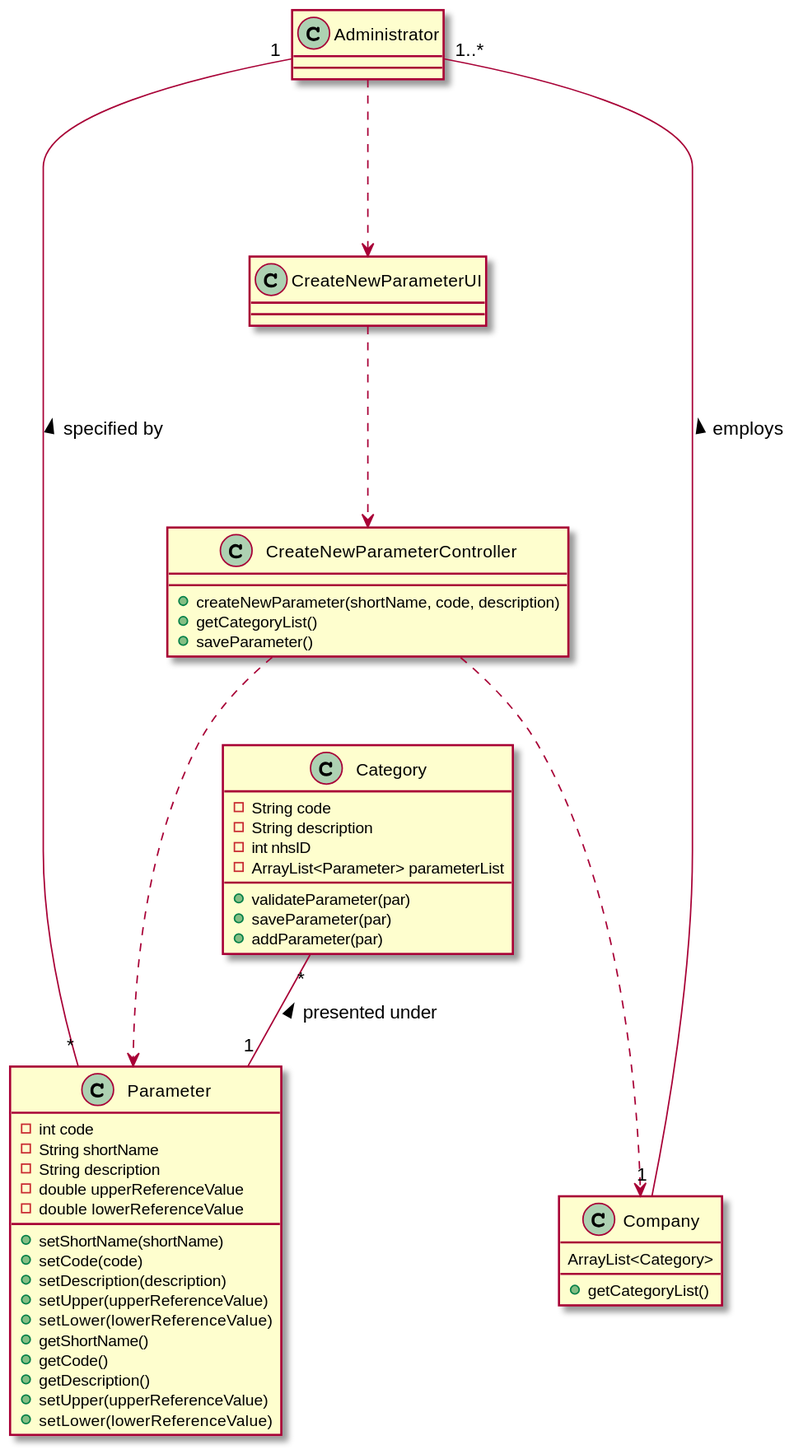
MadDinosaur/ISEP-LAPR2 keeps this PlantUML diagram as docs/SprintB/US10/US10_CD.svg. Above is the earlier version.
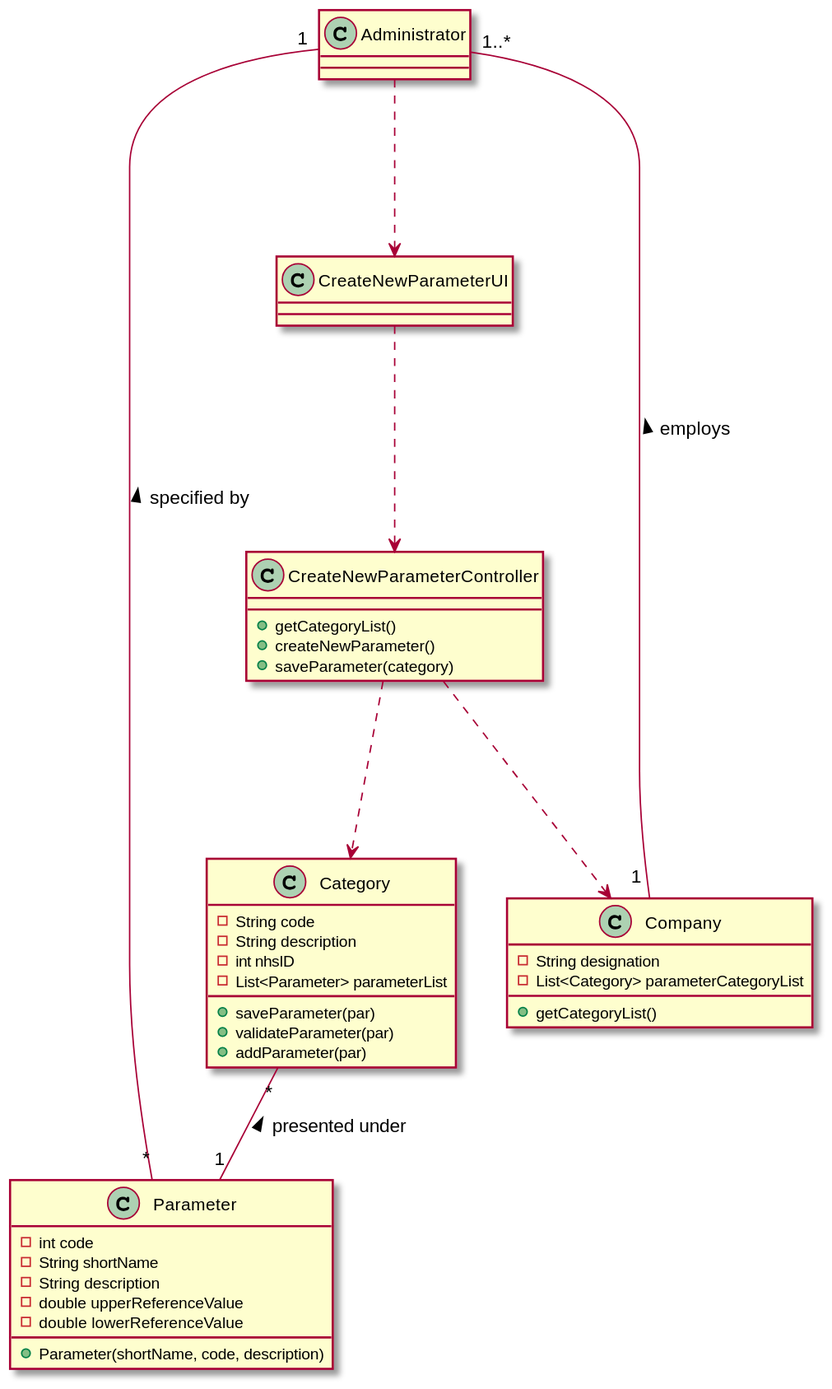
The same diagram one commit later.

What changed in the source:
```diff
@@ -8,30 +8,22 @@
 -double upperReferenceValue
 -double lowerReferenceValue
 
-+setShortName(shortName)
-+setCode(code)
-+setDescription(description)
-+setUpper(upperReferenceValue)
-+setLower(lowerReferenceValue)
-+getShortName()
-+getCode()
-+getDescription()
-+setUpper(upperReferenceValue)
-+setLower(lowerReferenceValue)
-
++Parameter(shortName, code, description)
 }
 
 class CreateNewParameterUI{
 }
 
 class CreateNewParameterController{
-+createNewParameter(shortName, code, description)
+
 +getCategoryList()
-+saveParameter()
++createNewParameter()
++saveParameter(category)
 }
 
 class Company{
-ArrayList<Category>
+-String designation
+-List<Category> parameterCategoryList
 
 +getCategoryList()
 }
@@ -40,16 +32,17 @@
 -String code
 -String description
 -int nhsID
--ArrayList<Parameter> parameterList
+-List<Parameter> parameterList
 
++saveParameter(par)
 +validateParameter(par)
-+saveParameter(par)
 +addParameter(par)
 }
 
+
 Administrator ...> CreateNewParameterUI
 CreateNewParameterUI ...> CreateNewParameterController
-CreateNewParameterController ...> Parameter
+CreateNewParameterController ...> Category
 CreateNewParameterController ...> Company
 Category "*"--"1" Parameter : presented under <
 Parameter "*"-up-"1" Administrator : specified by >
```
